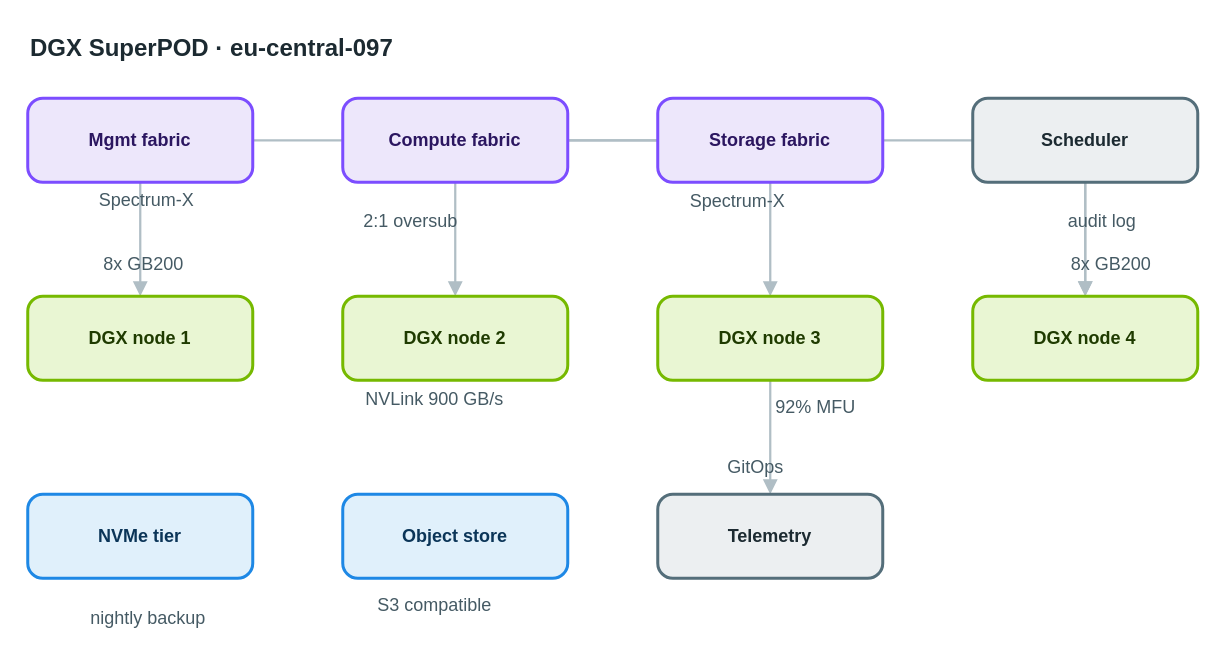
This is apps/web/public/samples/library/097-dgx-superpod.drawio from AryanG01/open-apprentice, a draw.io file, before an edit. Source tidied: cells renumbered, new cells numbered last; positions are measured from the earlier drawing's top-left corner, leaving out a move shared by most shapes. Both pictures are drawn from the tidied source at 150%, with x=0, y=0 at pixel (27, 26).
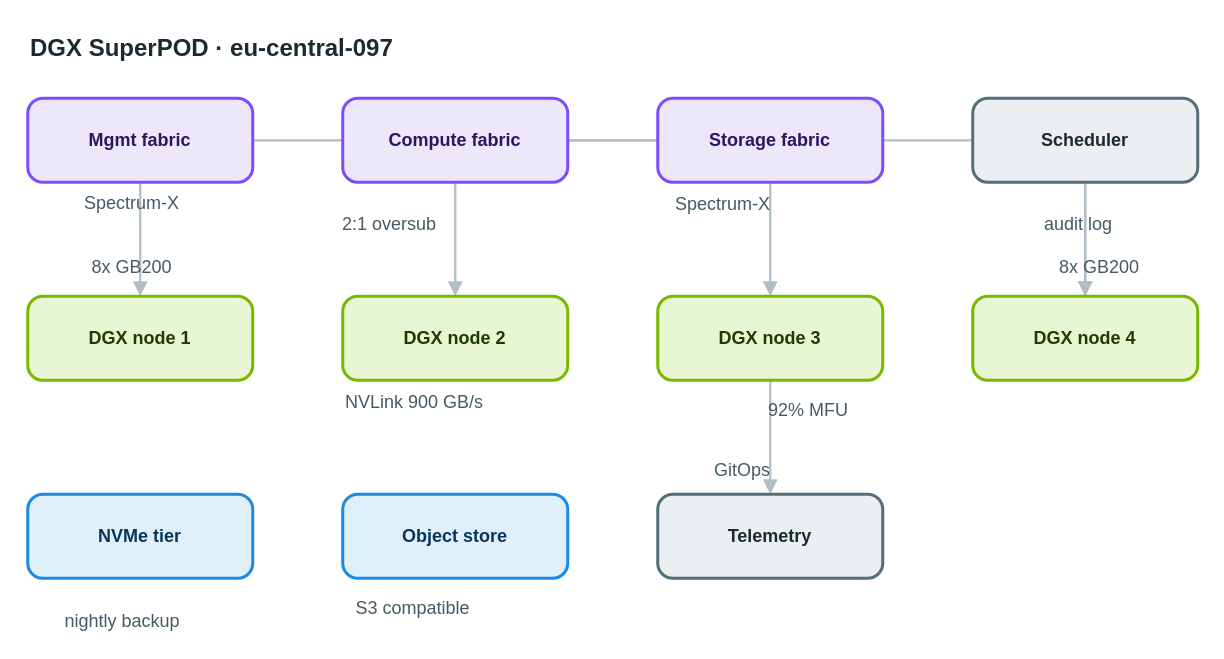
The same diagram, later.

The edit, as a diff of the source:
```diff
@@
-    <mxCell id="20" value="Spectrum-X" style="text;html=1;align=center;verticalAlign=middle;whiteSpace=nowrap;strokeColor=none;fillColor=none;fontSize=12;fontColor=#455a64;" parent="1" vertex="1">
+    <mxCell id="20" value="Spectrum-X" style="text;html=1;align=left;verticalAlign=top;whiteSpace=nowrap;spacing=0;spacingTop=0;strokeColor=none;fillColor=none;fontSize=12;fontColor=#455a64;" parent="1" vertex="1">
       <mxGeometry x="38" y="106" width="82" height="20" as="geometry" />
     </mxCell>
-    <mxCell id="21" value="2:1 oversub" style="text;html=1;align=center;verticalAlign=middle;whiteSpace=nowrap;strokeColor=none;fillColor=none;fontSize=12;fontColor=#455a64;" parent="1" vertex="1">
+    <mxCell id="21" value="2:1 oversub" style="text;html=1;align=left;verticalAlign=top;whiteSpace=nowrap;spacing=0;spacingTop=0;strokeColor=none;fillColor=none;fontSize=12;fontColor=#455a64;" parent="1" vertex="1">
       <mxGeometry x="210" y="120" width="89" height="20" as="geometry" />
     </mxCell>
-    <mxCell id="22" value="Spectrum-X" style="text;html=1;align=center;verticalAlign=middle;whiteSpace=nowrap;strokeColor=none;fillColor=none;fontSize=12;fontColor=#455a64;" parent="1" vertex="1">
+    <mxCell id="22" value="Spectrum-X" style="text;html=1;align=left;verticalAlign=top;whiteSpace=nowrap;spacing=0;spacingTop=0;strokeColor=none;fillColor=none;fontSize=12;fontColor=#455a64;" parent="1" vertex="1">
       <mxGeometry x="432" y="107" width="82" height="20" as="geometry" />
     </mxCell>
-    <mxCell id="23" value="8x GB200" style="text;html=1;align=center;verticalAlign=middle;whiteSpace=nowrap;strokeColor=none;fillColor=none;fontSize=12;fontColor=#455a64;" parent="1" vertex="1">
+    <mxCell id="23" value="8x GB200" style="text;html=1;align=left;verticalAlign=top;whiteSpace=nowrap;spacing=0;spacingTop=0;strokeColor=none;fillColor=none;fontSize=12;fontColor=#455a64;" parent="1" vertex="1">
       <mxGeometry x="43" y="149" width="68" height="20" as="geometry" />
     </mxCell>
-    <mxCell id="24" value="NVLink 900 GB/s" style="text;html=1;align=center;verticalAlign=middle;whiteSpace=nowrap;strokeColor=none;fillColor=none;fontSize=12;fontColor=#455a64;" parent="1" vertex="1">
+    <mxCell id="24" value="NVLink 900 GB/s" style="text;html=1;align=left;verticalAlign=top;whiteSpace=nowrap;spacing=0;spacingTop=0;strokeColor=none;fillColor=none;fontSize=12;fontColor=#455a64;" parent="1" vertex="1">
       <mxGeometry x="212" y="239" width="117" height="20" as="geometry" />
     </mxCell>
-    <mxCell id="25" value="92% MFU" style="text;html=1;align=center;verticalAlign=middle;whiteSpace=nowrap;strokeColor=none;fillColor=none;fontSize=12;fontColor=#455a64;" parent="1" vertex="1">
+    <mxCell id="25" value="92% MFU" style="text;html=1;align=left;verticalAlign=top;whiteSpace=nowrap;spacing=0;spacingTop=0;strokeColor=none;fillColor=none;fontSize=12;fontColor=#455a64;" parent="1" vertex="1">
       <mxGeometry x="494" y="244" width="61" height="20" as="geometry" />
     </mxCell>
-    <mxCell id="26" value="8x GB200" style="text;html=1;align=center;verticalAlign=middle;whiteSpace=nowrap;strokeColor=none;fillColor=none;fontSize=12;fontColor=#455a64;" parent="1" vertex="1">
+    <mxCell id="26" value="8x GB200" style="text;html=1;align=left;verticalAlign=top;whiteSpace=nowrap;spacing=0;spacingTop=0;strokeColor=none;fillColor=none;fontSize=12;fontColor=#455a64;" parent="1" vertex="1">
       <mxGeometry x="688" y="149" width="68" height="20" as="geometry" />
     </mxCell>
-    <mxCell id="27" value="nightly backup" style="text;html=1;align=center;verticalAlign=middle;whiteSpace=nowrap;strokeColor=none;fillColor=none;fontSize=12;fontColor=#455a64;" parent="1" vertex="1">
+    <mxCell id="27" value="nightly backup" style="text;html=1;align=left;verticalAlign=top;whiteSpace=nowrap;spacing=0;spacingTop=0;strokeColor=none;fillColor=none;fontSize=12;fontColor=#455a64;" parent="1" vertex="1">
       <mxGeometry x="25" y="385" width="110" height="20" as="geometry" />
     </mxCell>
-    <mxCell id="28" value="S3 compatible" style="text;html=1;align=center;verticalAlign=middle;whiteSpace=nowrap;strokeColor=none;fillColor=none;fontSize=12;fontColor=#455a64;" parent="1" vertex="1">
+    <mxCell id="28" value="S3 compatible" style="text;html=1;align=left;verticalAlign=top;whiteSpace=nowrap;spacing=0;spacingTop=0;strokeColor=none;fillColor=none;fontSize=12;fontColor=#455a64;" parent="1" vertex="1">
       <mxGeometry x="219" y="376" width="103" height="20" as="geometry" />
     </mxCell>
-    <mxCell id="29" value="audit log" style="text;html=1;align=center;verticalAlign=middle;whiteSpace=nowrap;strokeColor=none;fillColor=none;fontSize=12;fontColor=#455a64;" parent="1" vertex="1">
+    <mxCell id="29" value="audit log" style="text;html=1;align=left;verticalAlign=top;whiteSpace=nowrap;spacing=0;spacingTop=0;strokeColor=none;fillColor=none;fontSize=12;fontColor=#455a64;" parent="1" vertex="1">
       <mxGeometry x="678" y="120" width="75" height="20" as="geometry" />
     </mxCell>
-    <mxCell id="30" value="GitOps" style="text;html=1;align=center;verticalAlign=middle;whiteSpace=nowrap;strokeColor=none;fillColor=none;fontSize=12;fontColor=#455a64;" parent="1" vertex="1">
+    <mxCell id="30" value="GitOps" style="text;html=1;align=left;verticalAlign=top;whiteSpace=nowrap;spacing=0;spacingTop=0;strokeColor=none;fillColor=none;fontSize=12;fontColor=#455a64;" parent="1" vertex="1">
       <mxGeometry x="458" y="284" width="54" height="20" as="geometry" />
     </mxCell>
```
